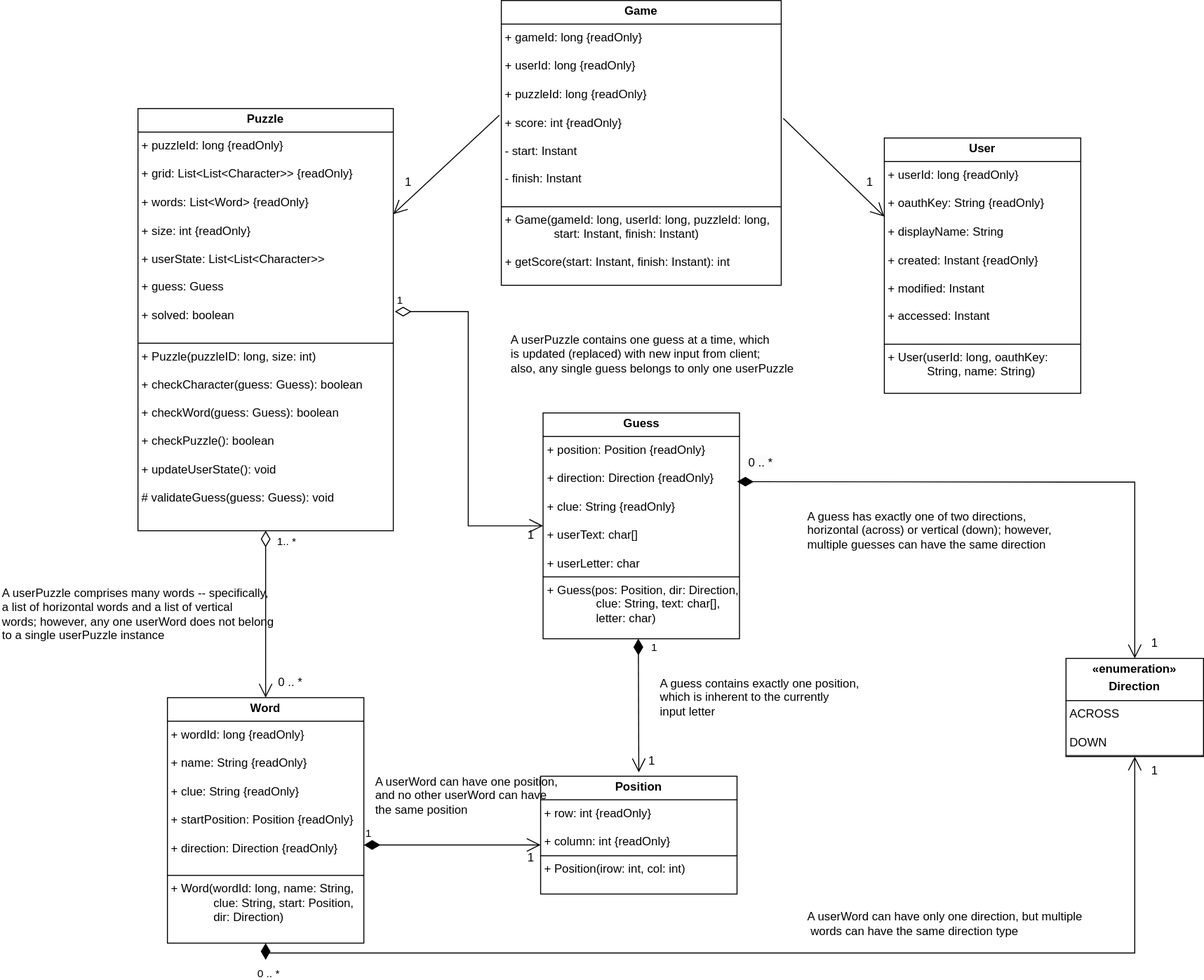
The draw.io diagram docs/img/CrossFyre-UML-SVG.svg in ddc-java-21/crossfyre, before a commit. Source tidied: cells renumbered, new cells last; positions are measured from the earlier drawing's top-left corner, leaving out a move shared by most shapes.
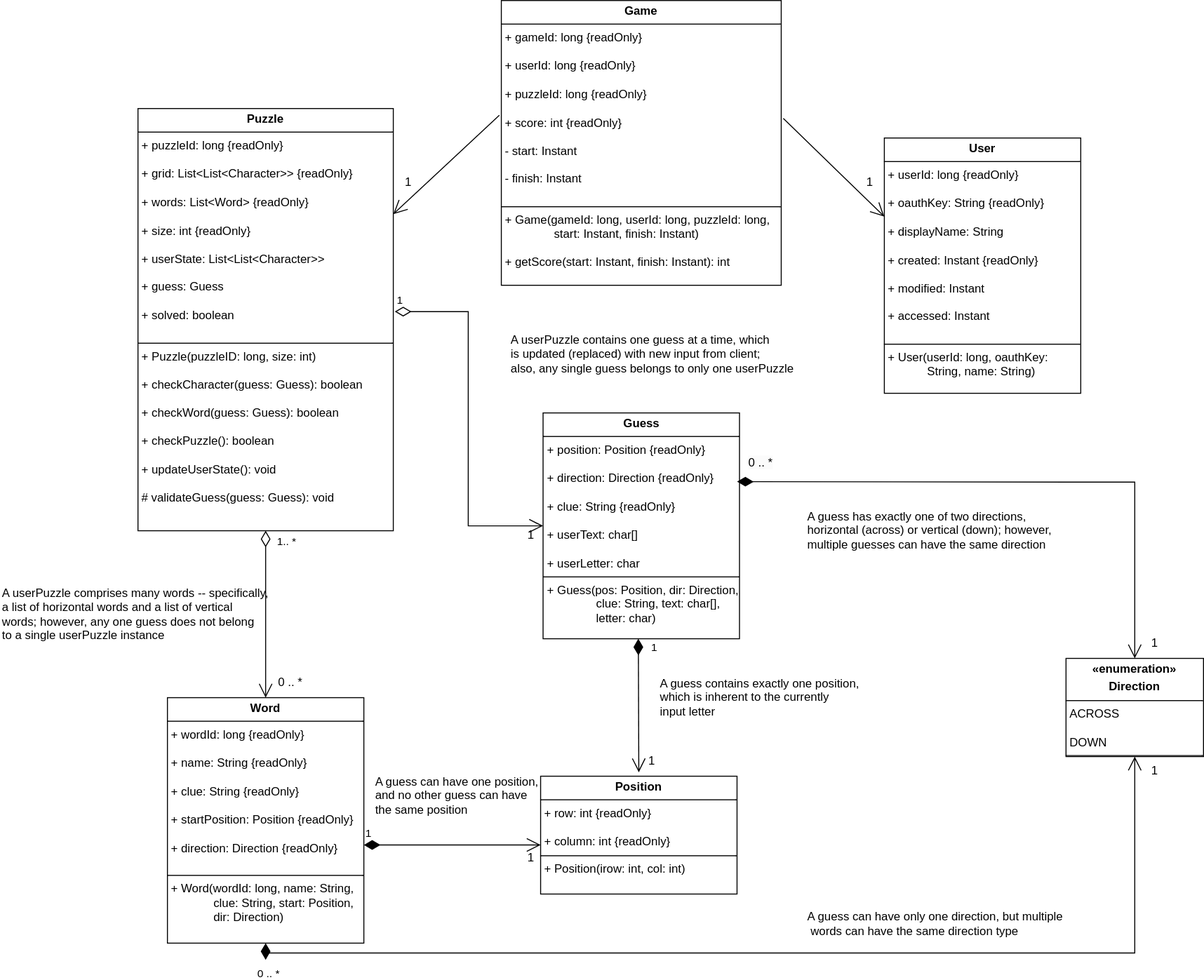
The same file after the commit.

Diff of the diagram source:
```diff
@@ -57,7 +57,7 @@
     <mxCell id="18" value="0 .. *" style="text;html=1;align=center;verticalAlign=middle;strokeColor=none;fillColor=none;" parent="1" vertex="1">
       <mxGeometry x="270" y="680" width="50" height="30" as="geometry" />
     </mxCell>
-    <mxCell id="19" value="A userPuzzle comprises many words -- specifically,&lt;div&gt;a list of horizontal words and a list of vertical&lt;/div&gt;&lt;div&gt;words; however, any one userWord does not belong&lt;/div&gt;&lt;div&gt;to a single userPuzzle instance&lt;/div&gt;" style="text;html=1;align=left;verticalAlign=middle;strokeColor=none;fillColor=none;" parent="1" vertex="1">
+    <mxCell id="19" value="A userPuzzle comprises many words -- specifically,&lt;div&gt;a list of horizontal words and a list of vertical&lt;/div&gt;&lt;div&gt;words; however, any one guess does not belong&lt;/div&gt;&lt;div&gt;to a single userPuzzle instance&lt;/div&gt;" style="text;html=1;align=left;verticalAlign=middle;strokeColor=none;fillColor=none;" parent="1" vertex="1">
       <mxGeometry y="590" width="270" height="70" as="geometry" />
     </mxCell>
     <mxCell id="20" value="A userPuzzle contains one guess at a time, which&lt;div&gt;is updated (replaced) with new input from client;&amp;nbsp;&lt;/div&gt;&lt;div&gt;also, any single guess belongs to only one userPuzzle&lt;/div&gt;" style="text;html=1;align=left;verticalAlign=middle;strokeColor=none;fillColor=none;" parent="1" vertex="1">
@@ -77,13 +77,13 @@
     <mxCell id="23" value="1" style="text;html=1;align=center;verticalAlign=middle;strokeColor=none;fillColor=none;" parent="1" vertex="1">
       <mxGeometry x="1160" y="770" width="30" height="30" as="geometry" />
     </mxCell>
-    <mxCell id="24" value="A userWord can have only one direction, but multiple&lt;div&gt;&amp;nbsp;words can have the same direction type&lt;/div&gt;" style="text;html=1;align=left;verticalAlign=middle;strokeColor=none;fillColor=none;" parent="1" vertex="1">
+    <mxCell id="24" value="A guess can have only one direction, but multiple&lt;div&gt;&amp;nbsp;words can have the same direction type&lt;/div&gt;" style="text;html=1;align=left;verticalAlign=middle;strokeColor=none;fillColor=none;" parent="1" vertex="1">
       <mxGeometry x="820" y="920" width="280" height="40" as="geometry" />
     </mxCell>
     <mxCell id="25" value="1" style="text;html=1;align=center;verticalAlign=middle;strokeColor=none;fillColor=none;" parent="1" vertex="1">
       <mxGeometry x="525" y="858" width="30" height="30" as="geometry" />
     </mxCell>
-    <mxCell id="26" value="A userWord can have one position,&amp;nbsp;&lt;div&gt;and&amp;nbsp;&lt;span style=&quot;background-color: transparent; color: light-dark(rgb(0, 0, 0), rgb(255, 255, 255));&quot;&gt;no other userWord can have&amp;nbsp;&lt;/span&gt;&lt;/div&gt;&lt;div&gt;&lt;span style=&quot;background-color: transparent; color: light-dark(rgb(0, 0, 0), rgb(255, 255, 255));&quot;&gt;the same&amp;nbsp;&lt;/span&gt;&lt;span style=&quot;background-color: transparent; color: light-dark(rgb(0, 0, 0), rgb(255, 255, 255));&quot;&gt;position&lt;/span&gt;&lt;/div&gt;" style="text;html=1;align=left;verticalAlign=middle;strokeColor=none;fillColor=none;" parent="1" vertex="1">
+    <mxCell id="26" value="A guess can have one position,&amp;nbsp;&lt;div&gt;and&amp;nbsp;&lt;span style=&quot;background-color: transparent; color: light-dark(rgb(0, 0, 0), rgb(255, 255, 255));&quot;&gt;no other guess can have&amp;nbsp;&lt;/span&gt;&lt;/div&gt;&lt;div&gt;&lt;span style=&quot;background-color: transparent; color: light-dark(rgb(0, 0, 0), rgb(255, 255, 255));&quot;&gt;the same&amp;nbsp;&lt;/span&gt;&lt;span style=&quot;background-color: transparent; color: light-dark(rgb(0, 0, 0), rgb(255, 255, 255));&quot;&gt;position&lt;/span&gt;&lt;/div&gt;" style="text;html=1;align=left;verticalAlign=middle;strokeColor=none;fillColor=none;" parent="1" vertex="1">
       <mxGeometry x="380" y="780" width="190" height="60" as="geometry" />
     </mxCell>
     <mxCell id="27" style="endArrow=open;endFill=1;endSize=12;html=1;rounded=0;exitX=-0.007;exitY=0.403;exitDx=0;exitDy=0;exitPerimeter=0;entryX=1;entryY=0.25;entryDx=0;entryDy=0;" parent="1" edge="1" source="3" target="4">
```
